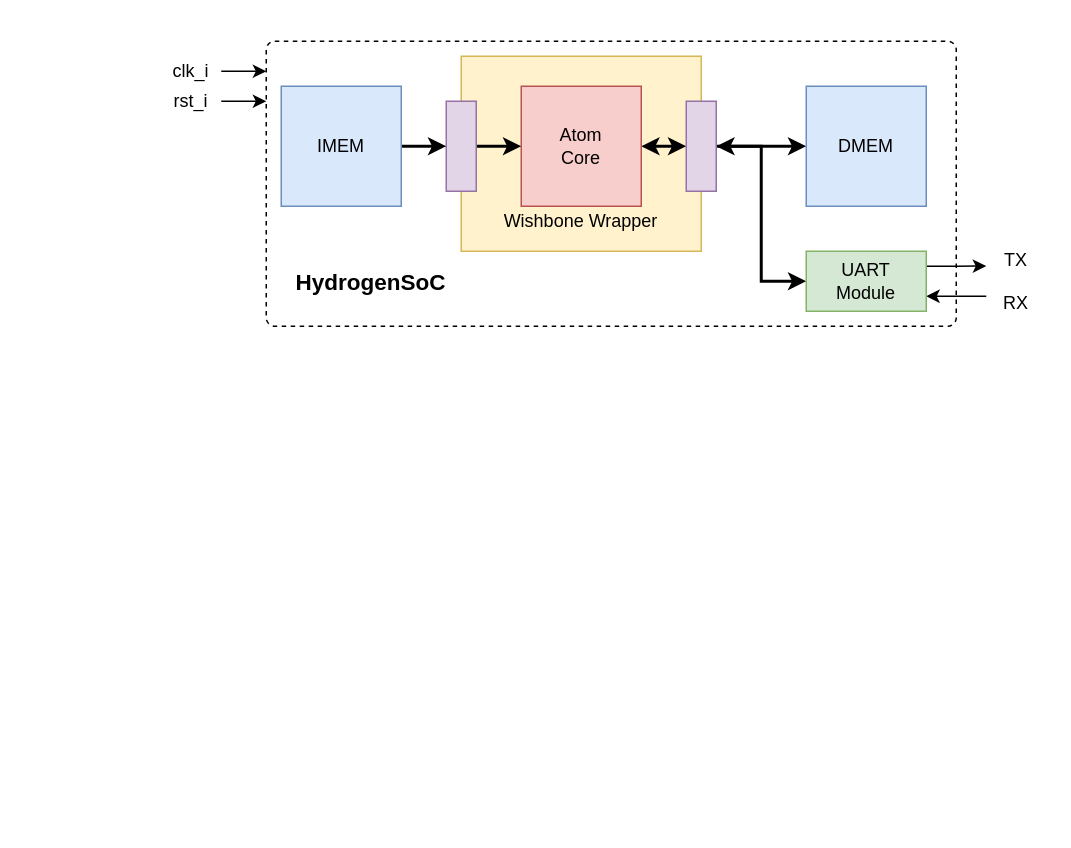
This is docs/diagrams/HydrogenSoC.drawio from saursin/riscv-atom, a draw.io file, before an edit. Source tidied: cells renumbered, new cells numbered last; positions are measured from the earlier drawing's top-left corner, leaving out a move shared by most shapes. Both pictures are drawn from the tidied source at 150%, with x=0, y=0 at pixel (160, 40).
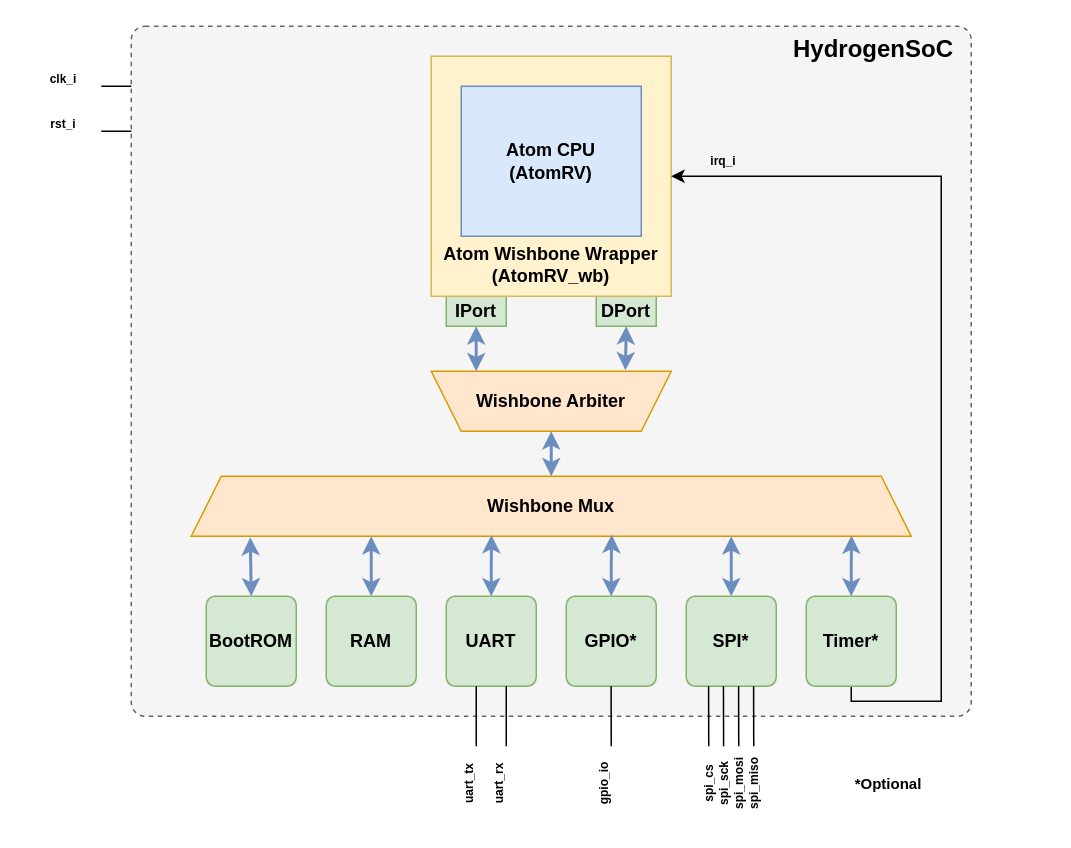
After the change.

What changed in the source:
```diff
@@
-    <mxCell id="2" style="rounded=1;whiteSpace=wrap;html=1;arcSize=3;dashed=1;" parent="1" vertex="1">
-      <mxGeometry x="70" width="460" height="190" as="geometry" />
-    </mxCell>
-    <mxCell id="3" style="rounded=0;whiteSpace=wrap;html=1;fillColor=#fff2cc;strokeColor=#d6b656;" parent="1" vertex="1">
-      <mxGeometry x="200" y="10" width="160" height="130" as="geometry" />
-    </mxCell>
-    <mxCell id="4" style="edgeStyle=orthogonalEdgeStyle;rounded=0;jettySize=auto;html=1;exitX=1;exitY=0.5;exitDx=0;exitDy=0;entryX=0;entryY=0.5;entryDx=0;entryDy=0;startArrow=classic;startFill=1;strokeWidth=2;" parent="1" edge="1" source="5" target="11">
-      <mxGeometry relative="1" as="geometry" />
-    </mxCell>
-    <mxCell id="5" value="Atom&lt;br&gt;Core" style="rounded=0;whiteSpace=wrap;html=1;fillColor=#f8cecc;strokeColor=#b85450;" parent="1" vertex="1">
-      <mxGeometry x="240" y="30" width="80" height="80" as="geometry" />
-    </mxCell>
-    <mxCell id="6" value="Wishbone Wrapper" style="text;html=1;strokeColor=none;fillColor=none;align=center;verticalAlign=middle;whiteSpace=wrap;rounded=0;" parent="1" vertex="1">
-      <mxGeometry x="220" y="110" width="120" height="20" as="geometry" />
-    </mxCell>
-    <mxCell id="7" style="edgeStyle=orthogonalEdgeStyle;rounded=0;jettySize=auto;html=1;exitX=1;exitY=0.5;exitDx=0;exitDy=0;entryX=0;entryY=0.5;entryDx=0;entryDy=0;strokeWidth=2;" parent="1" edge="1" source="8" target="5">
-      <mxGeometry relative="1" as="geometry" />
-    </mxCell>
-    <mxCell id="8" style="rounded=0;whiteSpace=wrap;html=1;fillColor=#e1d5e7;strokeColor=#9673a6;" parent="1" vertex="1">
-      <mxGeometry x="190" y="40" width="20" height="60" as="geometry" />
-    </mxCell>
-    <mxCell id="9" style="edgeStyle=orthogonalEdgeStyle;rounded=0;jettySize=auto;html=1;exitX=1;exitY=0.5;exitDx=0;exitDy=0;entryX=0;entryY=0.5;entryDx=0;entryDy=0;startArrow=classic;startFill=1;strokeWidth=2;" parent="1" edge="1" source="11" target="14">
-      <mxGeometry relative="1" as="geometry" />
-    </mxCell>
-    <mxCell id="10" style="edgeStyle=orthogonalEdgeStyle;rounded=0;jettySize=auto;html=1;exitX=1;exitY=0.5;exitDx=0;exitDy=0;entryX=0;entryY=0.5;entryDx=0;entryDy=0;strokeWidth=2;" parent="1" edge="1" source="11" target="17">
-      <mxGeometry relative="1" as="geometry">
-        <Array as="points">
-          <mxPoint x="400" y="70" />
-          <mxPoint x="400" y="160" />
-        </Array>
-      </mxGeometry>
-    </mxCell>
-    <mxCell id="11" style="rounded=0;whiteSpace=wrap;html=1;fillColor=#e1d5e7;strokeColor=#9673a6;" parent="1" vertex="1">
-      <mxGeometry x="350" y="40" width="20" height="60" as="geometry" />
-    </mxCell>
-    <mxCell id="12" style="edgeStyle=orthogonalEdgeStyle;rounded=0;jettySize=auto;html=1;exitX=1;exitY=0.5;exitDx=0;exitDy=0;entryX=0;entryY=0.5;entryDx=0;entryDy=0;strokeWidth=2;" parent="1" edge="1" source="13" target="8">
-      <mxGeometry relative="1" as="geometry" />
-    </mxCell>
-    <mxCell id="13" value="IMEM" style="rounded=0;whiteSpace=wrap;html=1;fillColor=#dae8fc;strokeColor=#6c8ebf;" parent="1" vertex="1">
-      <mxGeometry x="80" y="30" width="80" height="80" as="geometry" />
-    </mxCell>
-    <mxCell id="14" value="DMEM" style="rounded=0;whiteSpace=wrap;html=1;fillColor=#dae8fc;strokeColor=#6c8ebf;" parent="1" vertex="1">
-      <mxGeometry x="430" y="30" width="80" height="80" as="geometry" />
-    </mxCell>
-    <mxCell id="15" style="edgeStyle=orthogonalEdgeStyle;rounded=0;jettySize=auto;html=1;exitX=1;exitY=0.25;exitDx=0;exitDy=0;startArrow=none;startFill=0;strokeWidth=1;" parent="1" edge="1" source="17">
-      <mxGeometry relative="1" as="geometry">
-        <mxPoint x="550" y="149.8" as="targetPoint" />
-      </mxGeometry>
-    </mxCell>
-    <mxCell id="16" style="edgeStyle=orthogonalEdgeStyle;rounded=0;jettySize=auto;html=1;exitX=1;exitY=0.75;exitDx=0;exitDy=0;startArrow=classic;startFill=1;strokeWidth=1;endArrow=none;endFill=0;" parent="1" edge="1" source="17">
-      <mxGeometry relative="1" as="geometry">
-        <mxPoint x="550" y="170" as="targetPoint" />
-      </mxGeometry>
-    </mxCell>
-    <mxCell id="17" value="UART&lt;br&gt;Module" style="rounded=0;whiteSpace=wrap;html=1;fillColor=#d5e8d4;strokeColor=#82b366;" parent="1" vertex="1">
-      <mxGeometry x="430" y="140" width="80" height="40" as="geometry" />
-    </mxCell>
-    <mxCell id="18" value="TX&lt;br&gt;&lt;br&gt;RX" style="text;html=1;strokeColor=none;fillColor=none;align=center;verticalAlign=middle;whiteSpace=wrap;rounded=0;" parent="1" vertex="1">
-      <mxGeometry x="550" y="150" width="40" height="20" as="geometry" />
-    </mxCell>
-    <mxCell id="19" value="&lt;font style=&quot;font-size: 15px&quot;&gt;&lt;b&gt;HydrogenSoC&lt;/b&gt;&lt;/font&gt;" style="text;html=1;strokeColor=none;fillColor=none;align=center;verticalAlign=middle;whiteSpace=wrap;rounded=0;dashed=1;" parent="1" vertex="1">
-      <mxGeometry x="80" y="150" width="120" height="20" as="geometry" />
-    </mxCell>
-    <mxCell id="20" style="endArrow=classic;html=1;strokeWidth=1;exitX=1;exitY=0.5;exitDx=0;exitDy=0;" parent="1" edge="1" source="22">
-      <mxGeometry relative="1" as="geometry">
-        <mxPoint x="70" y="20" as="targetPoint" />
-      </mxGeometry>
-    </mxCell>
-    <mxCell id="21" style="endArrow=classic;html=1;strokeWidth=1;exitX=1;exitY=0.5;exitDx=0;exitDy=0;" parent="1" edge="1" source="23">
-      <mxGeometry relative="1" as="geometry">
-        <mxPoint x="70" y="40" as="targetPoint" />
-      </mxGeometry>
-    </mxCell>
+    <mxCell id="24" style="rounded=1;whiteSpace=wrap;html=1;dashed=1;arcSize=2;fontStyle=1;fillColor=#f5f5f5;fontColor=#333333;strokeColor=#666666;" parent="1" vertex="1">
+      <mxGeometry x="-20" y="-10" width="560" height="460" as="geometry" />
+    </mxCell>
+    <mxCell id="25" value="IPort" style="rounded=0;whiteSpace=wrap;html=1;fillColor=#d5e8d4;strokeColor=#82b366;fontStyle=1;" parent="1" vertex="1">
+      <mxGeometry x="190" y="170" width="40" height="20" as="geometry" />
+    </mxCell>
+    <mxCell id="26" value="DPort" style="rounded=0;whiteSpace=wrap;html=1;fillColor=#d5e8d4;strokeColor=#82b366;fontStyle=1;" parent="1" vertex="1">
+      <mxGeometry x="290" y="170" width="40" height="20" as="geometry" />
+    </mxCell>
+    <mxCell id="27" style="rounded=0;whiteSpace=wrap;html=1;fillColor=#fff2cc;strokeColor=#d6b656;fontStyle=1;" parent="1" vertex="1">
+      <mxGeometry x="180" y="10" width="160" height="160" as="geometry" />
+    </mxCell>
+    <mxCell id="28" value="Atom CPU&lt;br&gt;(AtomRV)" style="rounded=0;whiteSpace=wrap;html=1;fillColor=#dae8fc;strokeColor=#6c8ebf;fontStyle=1;" parent="1" vertex="1">
+      <mxGeometry x="200" y="30" width="120" height="100" as="geometry" />
+    </mxCell>
+    <mxCell id="29" value="Atom Wishbone Wrapper (AtomRV_wb)" style="text;html=1;strokeColor=none;fillColor=none;align=center;verticalAlign=middle;whiteSpace=wrap;rounded=0;fontStyle=1;" parent="1" vertex="1">
+      <mxGeometry x="185" y="134" width="150" height="30" as="geometry" />
+    </mxCell>
+    <mxCell id="30" style="endArrow=none;html=1;rounded=0;fontStyle=1;exitX=1;exitY=1;exitDx=0;exitDy=0;" parent="1" edge="1" source="22">
+      <mxGeometry relative="1" as="geometry">
+        <mxPoint x="-20" y="30" as="targetPoint" />
+      </mxGeometry>
+    </mxCell>
+    <mxCell id="31" style="endArrow=none;html=1;rounded=0;fontStyle=1;exitX=1;exitY=1;exitDx=0;exitDy=0;" parent="1" edge="1" source="23">
+      <mxGeometry relative="1" as="geometry">
+        <mxPoint x="-20" y="60" as="targetPoint" />
+      </mxGeometry>
+    </mxCell>
+    <mxCell id="32" style="edgeStyle=orthogonalEdgeStyle;rounded=0;jettySize=auto;html=1;exitX=0.5;exitY=0;exitDx=0;exitDy=0;entryX=0.5;entryY=0;entryDx=0;entryDy=0;startArrow=classic;startFill=1;strokeWidth=2;fontStyle=1;fillColor=#dae8fc;strokeColor=#6c8ebf;" parent="1" edge="1" source="33" target="36">
+      <mxGeometry relative="1" as="geometry" />
+    </mxCell>
+    <mxCell id="33" value="Wishbone Arbiter" style="shape=trapezoid;perimeter=trapezoidPerimeter;whiteSpace=wrap;html=1;fixedSize=1;direction=west;fillColor=#ffe6cc;strokeColor=#d79b00;fontStyle=1;" parent="1" vertex="1">
+      <mxGeometry x="180" y="220" width="160" height="40" as="geometry" />
+    </mxCell>
+    <mxCell id="34" style="edgeStyle=orthogonalEdgeStyle;rounded=0;jettySize=auto;html=1;exitX=0.5;exitY=1;exitDx=0;exitDy=0;entryX=0.813;entryY=1.001;entryDx=0;entryDy=0;entryPerimeter=0;startArrow=classic;startFill=1;strokeWidth=2;fontStyle=1;fillColor=#dae8fc;strokeColor=#6c8ebf;" parent="1" edge="1" source="25" target="33">
+      <mxGeometry relative="1" as="geometry" />
+    </mxCell>
+    <mxCell id="35" style="edgeStyle=orthogonalEdgeStyle;rounded=0;jettySize=auto;html=1;exitX=0.5;exitY=1;exitDx=0;exitDy=0;entryX=0.191;entryY=1.016;entryDx=0;entryDy=0;entryPerimeter=0;startArrow=classic;startFill=1;strokeWidth=2;fontStyle=1;fillColor=#dae8fc;strokeColor=#6c8ebf;" parent="1" edge="1" source="26" target="33">
+      <mxGeometry relative="1" as="geometry" />
+    </mxCell>
+    <mxCell id="36" value="Wishbone Mux" style="shape=trapezoid;perimeter=trapezoidPerimeter;whiteSpace=wrap;html=1;fixedSize=1;direction=east;fillColor=#ffe6cc;strokeColor=#d79b00;fontStyle=1;" parent="1" vertex="1">
+      <mxGeometry x="20" y="290" width="480" height="40" as="geometry" />
+    </mxCell>
+    <mxCell id="37" value="BootROM" style="rounded=1;whiteSpace=wrap;html=1;arcSize=10;fillColor=#d5e8d4;strokeColor=#82b366;fontStyle=1;" parent="1" vertex="1">
+      <mxGeometry x="30" y="370" width="60" height="60" as="geometry" />
+    </mxCell>
+    <mxCell id="38" style="edgeStyle=orthogonalEdgeStyle;rounded=0;jettySize=auto;html=1;exitX=0.5;exitY=0;exitDx=0;exitDy=0;entryX=0.25;entryY=1;entryDx=0;entryDy=0;strokeWidth=2;startArrow=classic;startFill=1;fontStyle=1;fillColor=#dae8fc;strokeColor=#6c8ebf;" parent="1" edge="1" source="39" target="36">
+      <mxGeometry relative="1" as="geometry" />
+    </mxCell>
+    <mxCell id="39" value="RAM" style="rounded=1;whiteSpace=wrap;html=1;arcSize=10;fillColor=#d5e8d4;strokeColor=#82b366;fontStyle=1;" parent="1" vertex="1">
+      <mxGeometry x="110" y="370" width="60" height="60" as="geometry" />
+    </mxCell>
+    <mxCell id="40" value="UART" style="rounded=1;whiteSpace=wrap;html=1;arcSize=10;fillColor=#d5e8d4;strokeColor=#82b366;fontStyle=1;" parent="1" vertex="1">
+      <mxGeometry x="190" y="370" width="60" height="60" as="geometry" />
+    </mxCell>
+    <mxCell id="41" value="GPIO*" style="rounded=1;whiteSpace=wrap;html=1;arcSize=10;fillColor=#d5e8d4;strokeColor=#82b366;fontStyle=1;" parent="1" vertex="1">
+      <mxGeometry x="270" y="370" width="60" height="60" as="geometry" />
+    </mxCell>
+    <mxCell id="42" style="edgeStyle=orthogonalEdgeStyle;rounded=0;jettySize=auto;html=1;exitX=0.5;exitY=0;exitDx=0;exitDy=0;entryX=0.75;entryY=1;entryDx=0;entryDy=0;strokeWidth=2;startArrow=classic;startFill=1;fontStyle=1;fillColor=#dae8fc;strokeColor=#6c8ebf;" parent="1" edge="1" source="43" target="36">
+      <mxGeometry relative="1" as="geometry" />
+    </mxCell>
+    <mxCell id="43" value="SPI*" style="rounded=1;whiteSpace=wrap;html=1;arcSize=10;fillColor=#d5e8d4;strokeColor=#82b366;fontStyle=1;" parent="1" vertex="1">
+      <mxGeometry x="350" y="370" width="60" height="60" as="geometry" />
+    </mxCell>
+    <mxCell id="44" style="edgeStyle=orthogonalEdgeStyle;rounded=0;jettySize=auto;html=1;exitX=0.5;exitY=1;exitDx=0;exitDy=0;entryX=1;entryY=0.5;entryDx=0;entryDy=0;fontStyle=1;" parent="1" edge="1" source="45" target="27">
+      <mxGeometry relative="1" as="geometry">
+        <Array as="points">
+          <mxPoint x="460" y="440" />
+          <mxPoint x="520" y="440" />
+          <mxPoint x="520" y="90" />
+        </Array>
+      </mxGeometry>
+    </mxCell>
+    <mxCell id="45" value="Timer*" style="rounded=1;whiteSpace=wrap;html=1;arcSize=10;fillColor=#d5e8d4;strokeColor=#82b366;fontStyle=1;" parent="1" vertex="1">
+      <mxGeometry x="430" y="370" width="60" height="60" as="geometry" />
+    </mxCell>
+    <mxCell id="46" style="edgeStyle=orthogonalEdgeStyle;rounded=0;jettySize=auto;html=1;exitX=0.5;exitY=0;exitDx=0;exitDy=0;entryX=0.082;entryY=1.017;entryDx=0;entryDy=0;entryPerimeter=0;startArrow=classic;startFill=1;endArrow=classic;endFill=1;strokeWidth=2;fontStyle=1;fillColor=#dae8fc;strokeColor=#6c8ebf;" parent="1" edge="1" source="37" target="36">
+      <mxGeometry relative="1" as="geometry" />
+    </mxCell>
+    <mxCell id="47" style="edgeStyle=orthogonalEdgeStyle;rounded=0;jettySize=auto;html=1;exitX=0.5;exitY=0;exitDx=0;exitDy=0;entryX=0.417;entryY=0.98;entryDx=0;entryDy=0;entryPerimeter=0;strokeWidth=2;startArrow=classic;startFill=1;fontStyle=1;fillColor=#dae8fc;strokeColor=#6c8ebf;" parent="1" edge="1" source="40" target="36">
+      <mxGeometry relative="1" as="geometry" />
+    </mxCell>
+    <mxCell id="48" style="edgeStyle=orthogonalEdgeStyle;rounded=0;jettySize=auto;html=1;exitX=0.5;exitY=0;exitDx=0;exitDy=0;entryX=0.584;entryY=0.976;entryDx=0;entryDy=0;entryPerimeter=0;strokeWidth=2;startArrow=classic;startFill=1;fontStyle=1;fillColor=#dae8fc;strokeColor=#6c8ebf;" parent="1" edge="1" source="41" target="36">
+      <mxGeometry relative="1" as="geometry" />
+    </mxCell>
+    <mxCell id="49" style="edgeStyle=orthogonalEdgeStyle;rounded=0;jettySize=auto;html=1;exitX=0.5;exitY=0;exitDx=0;exitDy=0;entryX=0.917;entryY=0.988;entryDx=0;entryDy=0;entryPerimeter=0;strokeWidth=2;startArrow=classic;startFill=1;fontStyle=1;fillColor=#dae8fc;strokeColor=#6c8ebf;" parent="1" edge="1" source="45" target="36">
+      <mxGeometry relative="1" as="geometry" />
+    </mxCell>
+    <mxCell id="50" style="endArrow=none;html=1;rounded=0;entryX=0.333;entryY=0.999;entryDx=0;entryDy=0;entryPerimeter=0;fontStyle=1;" parent="1" edge="1" target="40">
+      <mxGeometry relative="1" as="geometry">
+        <mxPoint x="210" y="470" as="sourcePoint" />
+      </mxGeometry>
+    </mxCell>
+    <mxCell id="51" style="endArrow=none;html=1;rounded=0;entryX=0.333;entryY=0.999;entryDx=0;entryDy=0;entryPerimeter=0;fontStyle=1;" parent="1" edge="1">
+      <mxGeometry relative="1" as="geometry">
+        <mxPoint x="230" y="470" as="sourcePoint" />
+        <mxPoint x="230" y="430" as="targetPoint" />
+      </mxGeometry>
+    </mxCell>
+    <mxCell id="52" style="endArrow=none;html=1;rounded=0;entryX=0.333;entryY=0.999;entryDx=0;entryDy=0;entryPerimeter=0;fontStyle=1;" parent="1" edge="1">
+      <mxGeometry relative="1" as="geometry">
+        <mxPoint x="300" y="470" as="sourcePoint" />
+        <mxPoint x="299.9" y="430" as="targetPoint" />
+      </mxGeometry>
+    </mxCell>
+    <mxCell id="53" value="uart_tx" style="text;html=1;strokeColor=none;fillColor=none;align=center;verticalAlign=middle;whiteSpace=wrap;rounded=0;rotation=-90;fontSize=8;fontStyle=1;" parent="1" vertex="1">
+      <mxGeometry x="180" y="490" width="50" height="10" as="geometry" />
+    </mxCell>
+    <mxCell id="54" value="uart_rx" style="text;html=1;strokeColor=none;fillColor=none;align=center;verticalAlign=middle;whiteSpace=wrap;rounded=0;rotation=-90;fontSize=8;fontStyle=1;" parent="1" vertex="1">
+      <mxGeometry x="200" y="490" width="50" height="10" as="geometry" />
+    </mxCell>
+    <mxCell id="55" value="gpio_io" style="text;html=1;strokeColor=none;fillColor=none;align=center;verticalAlign=middle;whiteSpace=wrap;rounded=0;rotation=-90;fontSize=8;fontStyle=1;" parent="1" vertex="1">
+      <mxGeometry x="270" y="490" width="50" height="10" as="geometry" />
+    </mxCell>
+    <mxCell id="56" value="spi_cs" style="text;html=1;strokeColor=none;fillColor=none;align=center;verticalAlign=middle;whiteSpace=wrap;rounded=0;rotation=-90;fontSize=8;fontStyle=1;" parent="1" vertex="1">
+      <mxGeometry x="340" y="490" width="50" height="10" as="geometry" />
+    </mxCell>
+    <mxCell id="57" value="spi_sck" style="text;html=1;strokeColor=none;fillColor=none;align=center;verticalAlign=middle;whiteSpace=wrap;rounded=0;rotation=-90;fontSize=8;fontStyle=1;" parent="1" vertex="1">
+      <mxGeometry x="350" y="490" width="50" height="10" as="geometry" />
+    </mxCell>
+    <mxCell id="58" value="spi_mosi" style="text;html=1;strokeColor=none;fillColor=none;align=center;verticalAlign=middle;whiteSpace=wrap;rounded=0;rotation=-90;fontSize=8;fontStyle=1;" parent="1" vertex="1">
+      <mxGeometry x="360" y="490" width="50" height="10" as="geometry" />
+    </mxCell>
+    <mxCell id="59" value="spi_miso" style="text;html=1;strokeColor=none;fillColor=none;align=center;verticalAlign=middle;whiteSpace=wrap;rounded=0;rotation=-90;fontSize=8;fontStyle=1;" parent="1" vertex="1">
+      <mxGeometry x="370" y="490" width="50" height="10" as="geometry" />
+    </mxCell>
+    <mxCell id="60" style="endArrow=none;html=1;rounded=0;entryX=0.333;entryY=0.999;entryDx=0;entryDy=0;entryPerimeter=0;fontStyle=1;" parent="1" edge="1">
+      <mxGeometry relative="1" as="geometry">
+        <mxPoint x="365" y="470" as="sourcePoint" />
+        <mxPoint x="364.9" y="430" as="targetPoint" />
+      </mxGeometry>
+    </mxCell>
+    <mxCell id="61" style="endArrow=none;html=1;rounded=0;entryX=0.333;entryY=0.999;entryDx=0;entryDy=0;entryPerimeter=0;fontStyle=1;" parent="1" edge="1">
+      <mxGeometry relative="1" as="geometry">
+        <mxPoint x="374.9" y="470" as="sourcePoint" />
+        <mxPoint x="374.8" y="430" as="targetPoint" />
+      </mxGeometry>
+    </mxCell>
+    <mxCell id="62" style="endArrow=none;html=1;rounded=0;entryX=0.333;entryY=0.999;entryDx=0;entryDy=0;entryPerimeter=0;fontStyle=1;" parent="1" edge="1">
+      <mxGeometry relative="1" as="geometry">
+        <mxPoint x="385" y="470" as="sourcePoint" />
+        <mxPoint x="384.9" y="430" as="targetPoint" />
+      </mxGeometry>
+    </mxCell>
+    <mxCell id="63" style="endArrow=none;html=1;rounded=0;entryX=0.333;entryY=0.999;entryDx=0;entryDy=0;entryPerimeter=0;fontStyle=1;" parent="1" edge="1">
+      <mxGeometry relative="1" as="geometry">
+        <mxPoint x="395" y="470" as="sourcePoint" />
+        <mxPoint x="394.9" y="430" as="targetPoint" />
+      </mxGeometry>
+    </mxCell>
-    <mxCell id="22" value="clk_i" style="text;html=1;strokeColor=none;fillColor=none;align=center;verticalAlign=middle;whiteSpace=wrap;rounded=0;dashed=1;" parent="1" vertex="1">
-      <mxGeometry y="10" width="40" height="20" as="geometry" />
+    <mxCell id="22" value="clk_i" style="text;html=1;strokeColor=none;fillColor=none;align=center;verticalAlign=middle;whiteSpace=wrap;rounded=0;rotation=0;fontSize=8;fontStyle=1;" parent="1" vertex="1">
+      <mxGeometry x="-90" y="20" width="50" height="10" as="geometry" />
     </mxCell>
-    <mxCell id="23" value="rst_i" style="text;html=1;strokeColor=none;fillColor=none;align=center;verticalAlign=middle;whiteSpace=wrap;rounded=0;dashed=1;" parent="1" vertex="1">
-      <mxGeometry y="30" width="40" height="20" as="geometry" />
+    <mxCell id="23" value="rst_i" style="text;html=1;strokeColor=none;fillColor=none;align=center;verticalAlign=middle;whiteSpace=wrap;rounded=0;rotation=0;fontSize=8;fontStyle=1;" parent="1" vertex="1">
+      <mxGeometry x="-90" y="50" width="50" height="10" as="geometry" />
     </mxCell>
+    <mxCell id="64" value="irq_i" style="text;html=1;strokeColor=none;fillColor=none;align=center;verticalAlign=middle;whiteSpace=wrap;rounded=0;rotation=0;fontSize=8;fontStyle=1;" parent="1" vertex="1">
+      <mxGeometry x="350" y="75" width="50" height="10" as="geometry" />
+    </mxCell>
+    <mxCell id="19" value="HydrogenSoC" style="text;html=1;strokeColor=none;fillColor=none;align=center;verticalAlign=middle;whiteSpace=wrap;rounded=0;fontStyle=1;fontSize=16;" parent="1" vertex="1">
+      <mxGeometry x="410" y="-10" width="130" height="30" as="geometry" />
+    </mxCell>
+    <mxCell id="65" value="*Optional" style="text;html=1;strokeColor=none;fillColor=none;align=center;verticalAlign=middle;whiteSpace=wrap;rounded=0;fontSize=10;fontStyle=1;" parent="1" vertex="1">
+      <mxGeometry x="430" y="480" width="110" height="30" as="geometry" />
+    </mxCell>
```
